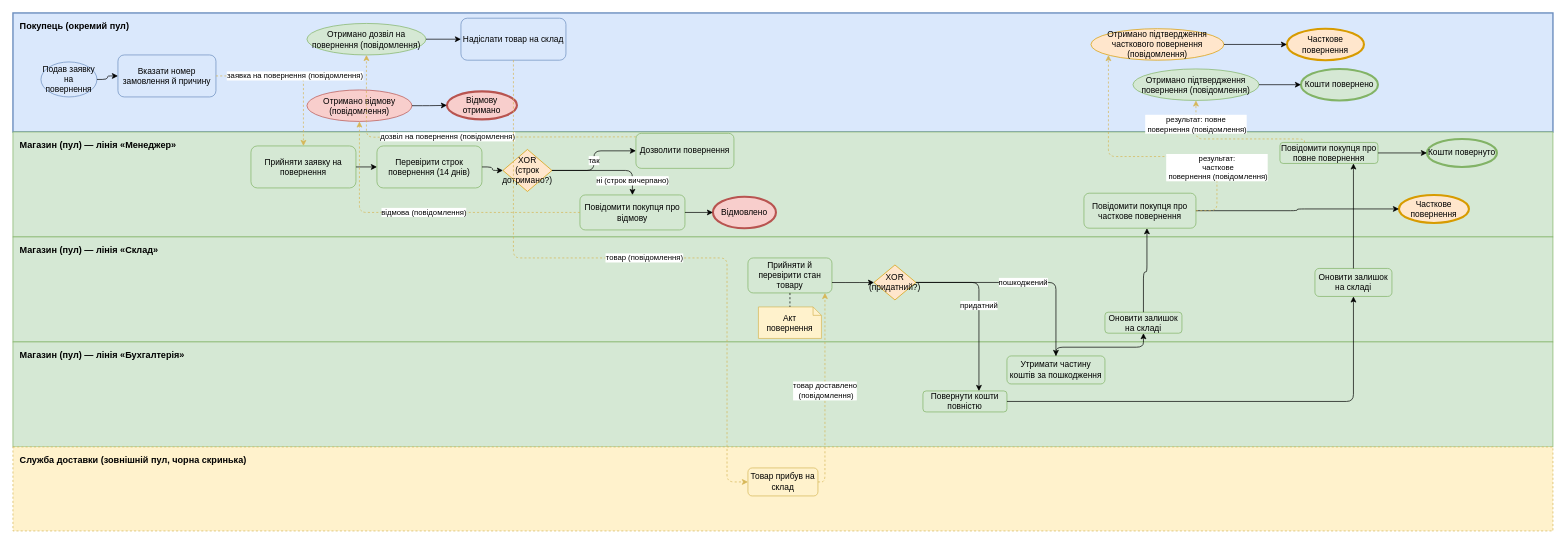
Earlier version of the draw.io diagram docs/sprint1/bpmn/02_product-return.drawio (oleksandragorbonos-maker/tzap). Source tidied: cells renumbered, new cells numbered last; positions are measured from the earlier drawing's top-left corner, leaving out a move shared by most shapes. Both pictures are drawn from the tidied source at 70%, with x=0, y=0 at pixel (13, 13).
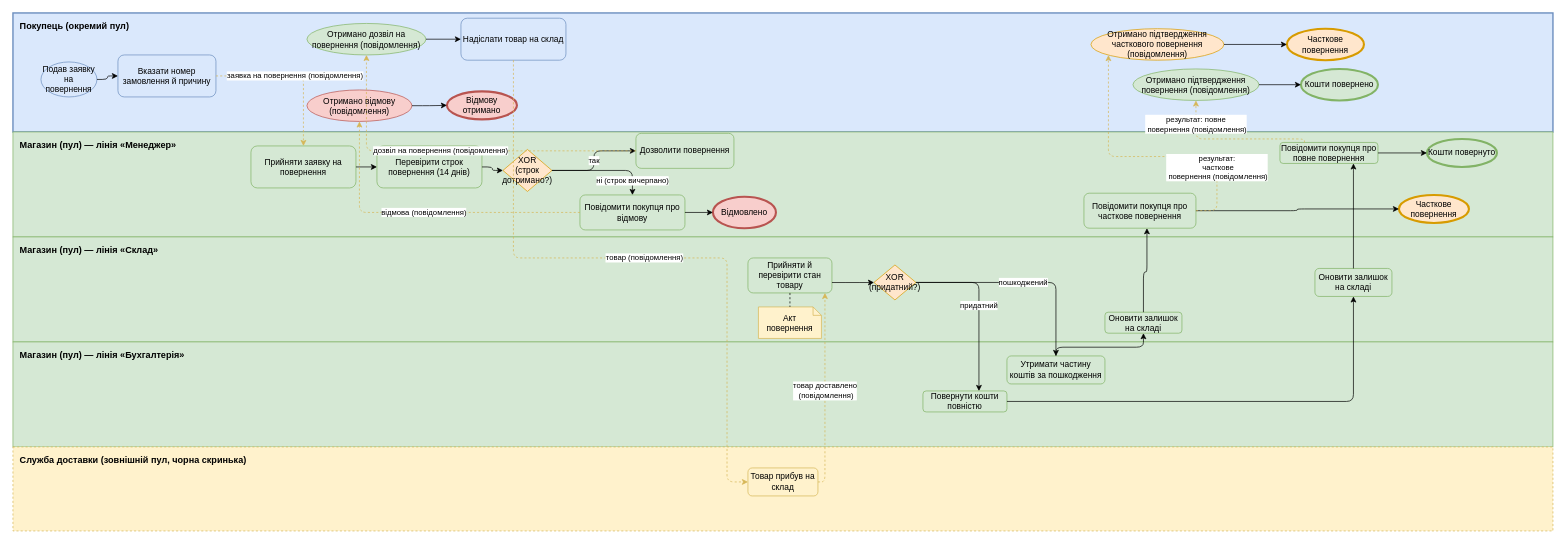
Above is the later version.

The change refers to these unchanged cells:
```xml
<mxCell id="9" value="Отримано дозвіл на повернення (повідомлення)" style="ellipse;whiteSpace=wrap;html=1;fillColor=#d5e8d4;strokeColor=#82b366;" parent="1" vertex="1">
  <mxGeometry x="420" y="15" width="170" height="45" as="geometry" />
</mxCell>
<mxCell id="20" value="Дозволити повернення" style="rounded=1;whiteSpace=wrap;html=1;fillColor=#d5e8d4;strokeColor=#82b366;" parent="1" vertex="1">
  <mxGeometry x="890" y="172" width="140" height="50" as="geometry" />
</mxCell>
```

Diff of the diagram source:
```diff
@@
-    <mxCell id="54" value="дозвіл на повернення (повідомлення)" style="edgeStyle=orthogonalEdgeStyle;html=1;dashed=1;strokeColor=#d6b656;entryX=0.5;entryY=1;entryDx=0;entryDy=0;" parent="1" edge="1" target="9">
-      <mxGeometry x="0.07" relative="1" as="geometry">
-        <mxPoint x="890" y="177" as="sourcePoint" />
-      </mxGeometry>
+    <mxCell id="54" value="дозвіл на повернення (повідомлення)" style="edgeStyle=orthogonalEdgeStyle;html=1;dashed=1;strokeColor=#d6b656;entryX=0.5;entryY=1;entryDx=0;entryDy=0;" parent="1" edge="1" source="20" target="9">
+      <mxGeometry x="0.07" relative="1" as="geometry" />
     </mxCell>
```
